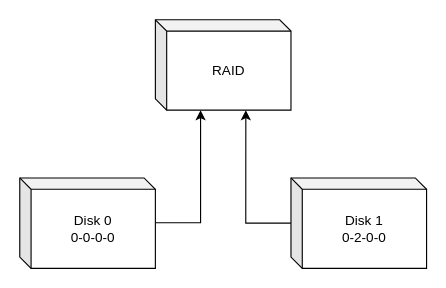
TheBlues-J1T/RAID-status keeps this draw.io diagram as RAID Status.drawio.xml. Above is the earlier version. Source tidied: cells renumbered, new cells numbered last; positions are measured from the earlier drawing's top-left corner, leaving out a move shared by most shapes. Both pictures are drawn from the tidied source at 113%, with x=0, y=0 at pixel (19, 19).
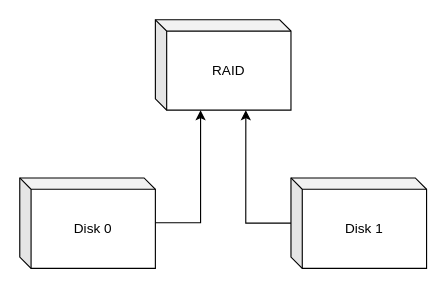
The same diagram, later.

Diff of the diagram source:
```diff
@@
 <mxGraphModel>
   <root>
     <mxCell id="0" />
     <mxCell id="1" parent="0" />
-    <mxCell id="2" value="Disk 0&lt;br&gt;0-0-0-0" style="shape=cube;whiteSpace=wrap;html=1;boundedLbl=1;backgroundOutline=1;darkOpacity=0.05;darkOpacity2=0.1;size=10;" parent="1" vertex="1">
+    <mxCell id="2" value="Disk 0" style="shape=cube;whiteSpace=wrap;html=1;boundedLbl=1;backgroundOutline=1;darkOpacity=0.05;darkOpacity2=0.1;size=10;" parent="1" vertex="1">
       <mxGeometry y="140" width="120" height="80" as="geometry" />
     </mxCell>
     <mxCell id="3" value="RAID" style="shape=cube;whiteSpace=wrap;html=1;boundedLbl=1;backgroundOutline=1;darkOpacity=0.05;darkOpacity2=0.1;size=10;" parent="1" vertex="1">
       <mxGeometry x="120" width="120" height="80" as="geometry" />
     </mxCell>
-    <mxCell id="4" value="Disk 1&lt;br&gt;0-2-0-0" style="shape=cube;whiteSpace=wrap;html=1;boundedLbl=1;backgroundOutline=1;darkOpacity=0.05;darkOpacity2=0.1;size=10;" parent="1" vertex="1">
+    <mxCell id="4" value="Disk 1" style="shape=cube;whiteSpace=wrap;html=1;boundedLbl=1;backgroundOutline=1;darkOpacity=0.05;darkOpacity2=0.1;size=10;" parent="1" vertex="1">
       <mxGeometry x="240" y="140" width="120" height="80" as="geometry" />
     </mxCell>
     <mxCell id="5" style="edgeStyle=orthogonalEdgeStyle;rounded=0;orthogonalLoop=1;jettySize=auto;html=1;" parent="1" edge="1">
       <mxGeometry relative="1" as="geometry">
         <mxPoint x="120" y="179.6" as="sourcePoint" />
         <mxPoint x="160" y="80" as="targetPoint" />
         <Array as="points">
           <mxPoint x="160" y="180" />
           <mxPoint x="160" y="80" />
         </Array>
       </mxGeometry>
     </mxCell>
     <mxCell id="6" style="edgeStyle=orthogonalEdgeStyle;rounded=0;jettySize=auto;html=1;entryX=0.667;entryY=1;entryDx=0;entryDy=0;entryPerimeter=0;" parent="1" edge="1" source="4" target="3">
       <mxGeometry relative="1" as="geometry">
         <Array as="points">
           <mxPoint x="200" y="180" />
         </Array>
       </mxGeometry>
     </mxCell>
   </root>
 </mxGraphModel>
```
